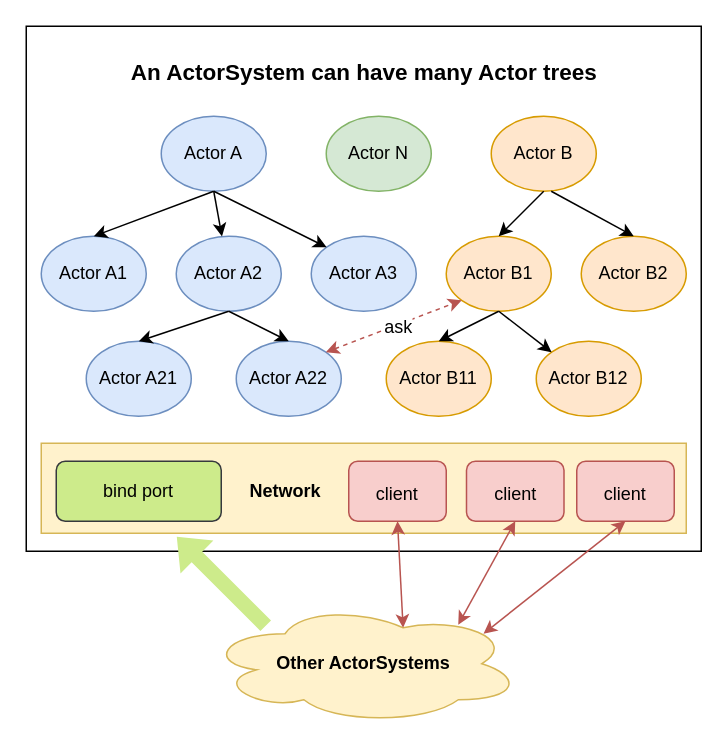
changzhiwin/zio-actor keeps this draw.io diagram as page "Design" (2 of 2) of design/zio-actor.drawio. Above is the earlier version. Source tidied: cells renumbered, new cells numbered last; positions are measured from the earlier drawing's top-left corner, leaving out a move shared by most shapes. Both pictures are drawn from the tidied source at 150%, with x=0, y=0 at pixel (26, 26).
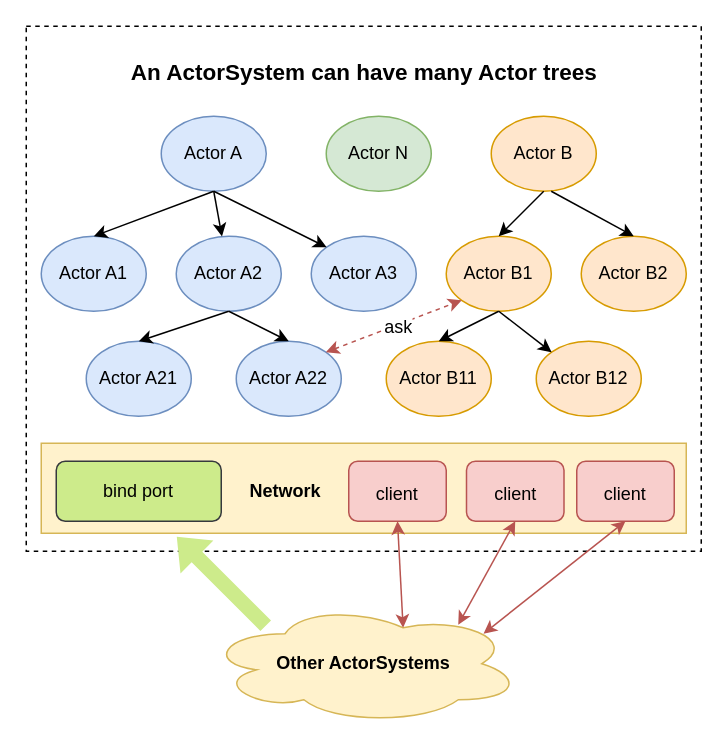
Above is the later version.

Diff of the diagram source:
```diff
@@
-    <mxCell id="2" style="rounded=0;whiteSpace=wrap;html=1;" parent="1" vertex="1">
+    <mxCell id="2" style="rounded=0;whiteSpace=wrap;html=1;dashed=1;" parent="1" vertex="1">
       <mxGeometry width="450" height="350" as="geometry" />
     </mxCell>
```
